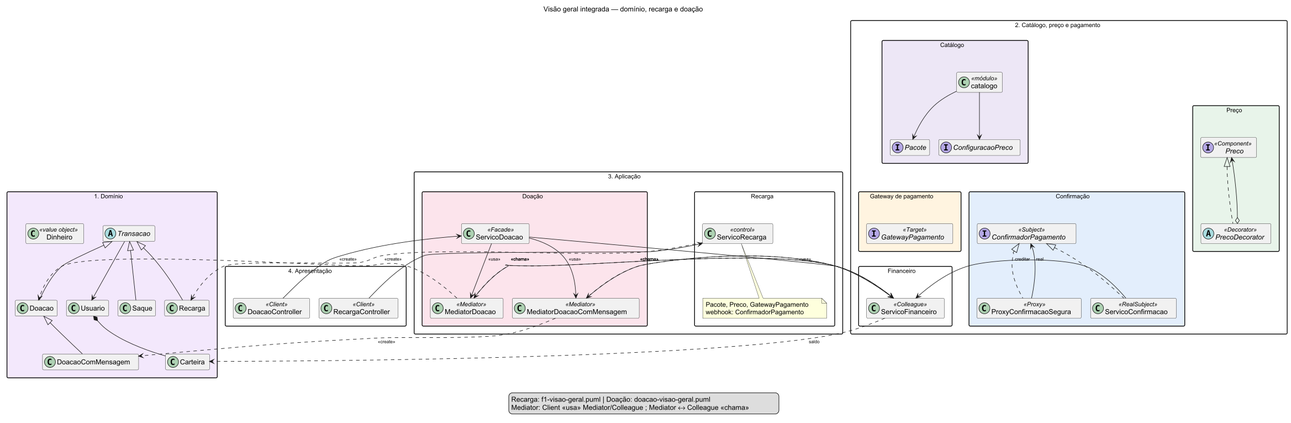
The PlantUML diagram docs/visao-geral-integrada.png in UnBArqDsw2026-2-Turma01/2026.2-T01-_G6_ProjetoStreamingVideo_SubEquipe02_Codigo, before a commit. Its source is kept beside it as docs/visao-geral-integrada.puml. Source of this version:
```plantuml
@startuml visao-geral-integrada
!pragma layout smetana
skinparam classAttributeIconSize 0
skinparam shadowing false
skinparam packageStyle rectangle
skinparam nodesep 28
skinparam ranksep 36
skinparam packageFontSize 12
skinparam ArrowFontSize 9
skinparam packageBorderThickness 1.5
top to bottom direction
hide empty members

title Visão geral integrada — domínio, recarga e doação

package "1. Domínio" as DOM #F3E8FC {
  abstract class Transacao
  class Recarga
  class Doacao
  class DoacaoComMensagem
  class Saque
  class Usuario
  class Carteira
  class Dinheiro <<value object>>

  Transacao <|-- Recarga
  Transacao <|-- Doacao
  Transacao <|-- Saque
  Doacao <|-- DoacaoComMensagem
  Transacao --> Usuario
  Usuario *-- Carteira
}

package "2. Catálogo, preço e pagamento" as INT {
  package "Catálogo" as CAT #EDE7F6 {
    class catalogo <<módulo>>
    interface Pacote
    interface ConfiguracaoPreco
    catalogo --> Pacote
    catalogo --> ConfiguracaoPreco
  }
  package "Preço" as PRC #E8F4EA {
    interface Preco <<Component>>
    abstract class PrecoDecorator <<Decorator>>
    Preco <|.. PrecoDecorator
    PrecoDecorator o--> Preco
  }
  package "Gateway de pagamento" as GW #FFF4E0 {
    interface GatewayPagamento <<Target>>
  }
  package "Confirmação" as CFM #E3EEFC {
    interface ConfirmadorPagamento <<Subject>>
    class ProxyConfirmacaoSegura <<Proxy>>
    class ServicoConfirmacao <<RealSubject>>
    ConfirmadorPagamento <|.. ProxyConfirmacaoSegura
    ConfirmadorPagamento <|.. ServicoConfirmacao
    ProxyConfirmacaoSegura --> ConfirmadorPagamento : real
  }
  package "Financeiro" as FIN {
    class ServicoFinanceiro <<Colleague>>
  }

  Pacote -[hidden]right- Preco
  GatewayPagamento -[hidden]right- ConfirmadorPagamento
  ConfirmadorPagamento -[hidden]right- ServicoFinanceiro
  Pacote -[hidden]down- GatewayPagamento
  Preco -[hidden]down- ConfirmadorPagamento

  ServicoConfirmacao -right-> ServicoFinanceiro : creditar
  ServicoFinanceiro ..> Carteira : saldo
}

package "3. Aplicação" as APL {
  package "Recarga" as REC {
    class ServicoRecarga <<control>>
    note bottom of ServicoRecarga
      Pacote, Preco, GatewayPagamento
      webhook: ConfirmadorPagamento
    end note
  }
  package "Doação" as DOA #FCE4EC {
    class ServicoDoacao <<Facade>>
    class MediatorDoacao <<Mediator>>
    class MediatorDoacaoComMensagem <<Mediator>>

    MediatorDoacao -[hidden]right- MediatorDoacaoComMensagem
    ServicoDoacao -[hidden]down- MediatorDoacao
    ServicoDoacao -[hidden]down- MediatorDoacaoComMensagem

    ServicoDoacao -down-> MediatorDoacao : <<usa>>
    ServicoDoacao -down-> MediatorDoacaoComMensagem : <<usa>>
    ServicoDoacao -left-> ServicoFinanceiro : <<usa>>

    MediatorDoacao -left-> ServicoFinanceiro : <<chama>>
    ServicoFinanceiro .right.> MediatorDoacao : <<chama>>
    MediatorDoacaoComMensagem -left-> ServicoFinanceiro : <<chama>>
    ServicoFinanceiro .right.> MediatorDoacaoComMensagem : <<chama>>
  }
  ServicoRecarga -[hidden]right- ServicoDoacao
}

package "4. Apresentação" as APR {
  class RecargaController <<Client>>
  class DoacaoController <<Client>>
  RecargaController -[hidden]right- DoacaoController
}

Recarga -[hidden]down- Pacote
Saque -[hidden]down- Preco
Carteira -[hidden]down- catalogo
Pacote -[hidden]down- ServicoRecarga
ConfirmadorPagamento -[hidden]down- ServicoDoacao
ServicoRecarga -[hidden]down- RecargaController
ServicoDoacao -[hidden]down- DoacaoController

RecargaController -up-> ServicoRecarga
DoacaoController -up-> ServicoDoacao

ServicoRecarga ..> Recarga : <<create>>
MediatorDoacao ..> Doacao : <<create>>
MediatorDoacaoComMensagem ..> DoacaoComMensagem : <<create>>

legend bottom
  Recarga: f1-visao-geral.puml  |  Doação: doacao-visao-geral.puml
  Mediator: Client <<usa>> Mediator/Colleague ; Mediator ↔ Colleague <<chama>>
endlegend

@enduml
```
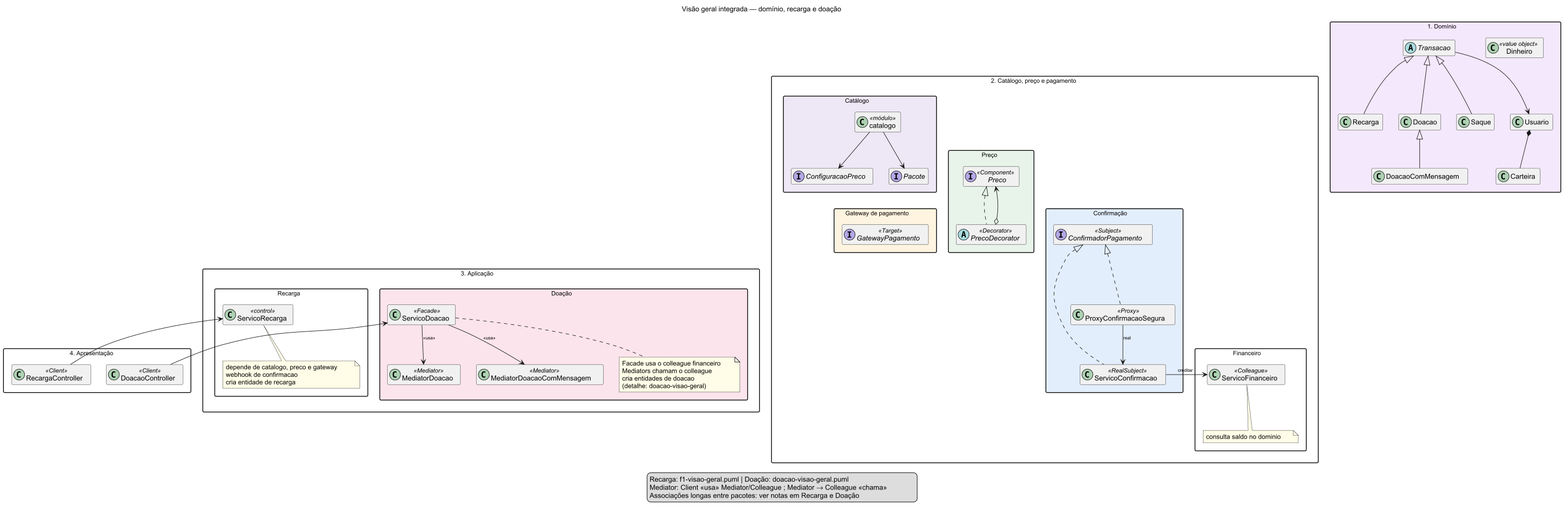
Above is the later version.

Commit message:
docs(integrada): limpa associacoes longas e corrige Proxy GoF

Move dependencias entre pacotes para notas e liga ProxyConfirmacaoSegura a ServicoConfirmacao como RealSubject.

The edit, as a diff of the source:
```diff
@@ -1,12 +1,12 @@
 @startuml visao-geral-integrada
-!pragma layout smetana
 skinparam classAttributeIconSize 0
 skinparam shadowing false
 skinparam packageStyle rectangle
-skinparam nodesep 28
-skinparam ranksep 36
+skinparam nodesep 32
+skinparam ranksep 40
 skinparam packageFontSize 12
 skinparam ArrowFontSize 9
+skinparam NoteBackgroundColor #FFFDE7
 skinparam packageBorderThickness 1.5
 top to bottom direction
 hide empty members
@@ -54,10 +54,13 @@
     class ServicoConfirmacao <<RealSubject>>
     ConfirmadorPagamento <|.. ProxyConfirmacaoSegura
     ConfirmadorPagamento <|.. ServicoConfirmacao
-    ProxyConfirmacaoSegura --> ConfirmadorPagamento : real
+    ProxyConfirmacaoSegura --> ServicoConfirmacao : real
   }
   package "Financeiro" as FIN {
     class ServicoFinanceiro <<Colleague>>
+    note bottom of ServicoFinanceiro
+      consulta saldo no dominio
+    end note
   }
 
   Pacote -[hidden]right- Preco
@@ -67,15 +70,15 @@
   Preco -[hidden]down- ConfirmadorPagamento
 
   ServicoConfirmacao -right-> ServicoFinanceiro : creditar
-  ServicoFinanceiro ..> Carteira : saldo
 }
 
 package "3. Aplicação" as APL {
   package "Recarga" as REC {
     class ServicoRecarga <<control>>
     note bottom of ServicoRecarga
-      Pacote, Preco, GatewayPagamento
-      webhook: ConfirmadorPagamento
+      depende de catalogo, preco e gateway
+      webhook de confirmacao
+      cria entidade de recarga
     end note
   }
   package "Doação" as DOA #FCE4EC {
@@ -89,12 +92,13 @@
 
     ServicoDoacao -down-> MediatorDoacao : <<usa>>
     ServicoDoacao -down-> MediatorDoacaoComMensagem : <<usa>>
-    ServicoDoacao -left-> ServicoFinanceiro : <<usa>>
 
-    MediatorDoacao -left-> ServicoFinanceiro : <<chama>>
-    ServicoFinanceiro .right.> MediatorDoacao : <<chama>>
-    MediatorDoacaoComMensagem -left-> ServicoFinanceiro : <<chama>>
-    ServicoFinanceiro .right.> MediatorDoacaoComMensagem : <<chama>>
+    note bottom of ServicoDoacao
+      Facade usa o colleague financeiro
+      Mediators chamam o colleague
+      cria entidades de doacao
+      (detalhe: doacao-visao-geral)
+    end note
   }
   ServicoRecarga -[hidden]right- ServicoDoacao
 }
@@ -106,23 +110,21 @@
 }
 
 Recarga -[hidden]down- Pacote
-Saque -[hidden]down- Preco
-Carteira -[hidden]down- catalogo
+Doacao -[hidden]down- Preco
+Saque -[hidden]down- GatewayPagamento
+Carteira -[hidden]down- ServicoFinanceiro
 Pacote -[hidden]down- ServicoRecarga
-ConfirmadorPagamento -[hidden]down- ServicoDoacao
+GatewayPagamento -[hidden]down- ServicoDoacao
 ServicoRecarga -[hidden]down- RecargaController
 ServicoDoacao -[hidden]down- DoacaoController
 
 RecargaController -up-> ServicoRecarga
 DoacaoController -up-> ServicoDoacao
 
-ServicoRecarga ..> Recarga : <<create>>
-MediatorDoacao ..> Doacao : <<create>>
-MediatorDoacaoComMensagem ..> DoacaoComMensagem : <<create>>
-
 legend bottom
   Recarga: f1-visao-geral.puml  |  Doação: doacao-visao-geral.puml
-  Mediator: Client <<usa>> Mediator/Colleague ; Mediator ↔ Colleague <<chama>>
+  Mediator: Client <<usa>> Mediator/Colleague ; Mediator → Colleague <<chama>>
+  Associações longas entre pacotes: ver notas em Recarga e Doação
 endlegend
 
 @enduml
```
